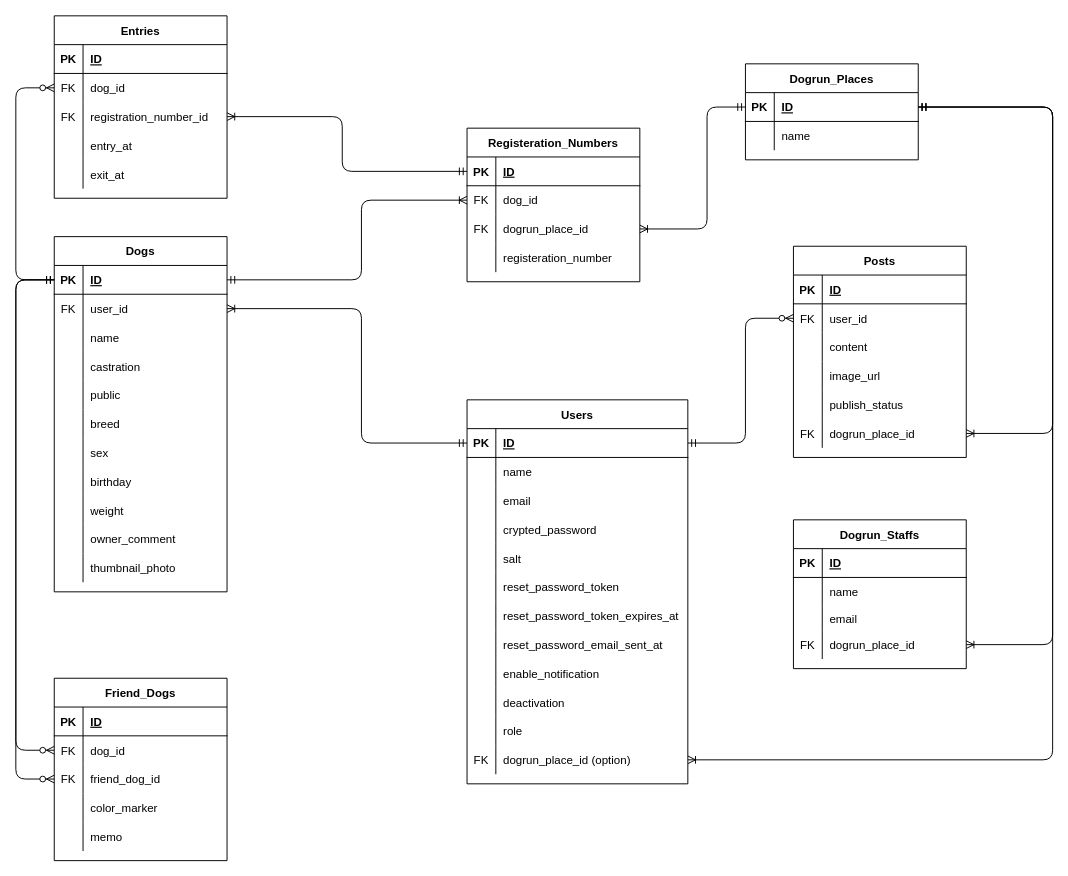
This is ER_diagram.drawio from Kedaruma-Bond/dogrun_connect_app, a draw.io file, before an edit. Source tidied: cells renumbered, new cells numbered last; positions are measured from the earlier drawing's top-left corner, leaving out a move shared by most shapes. Both pictures are drawn from the tidied source at 96%, with x=0, y=0 at pixel (15, 15).
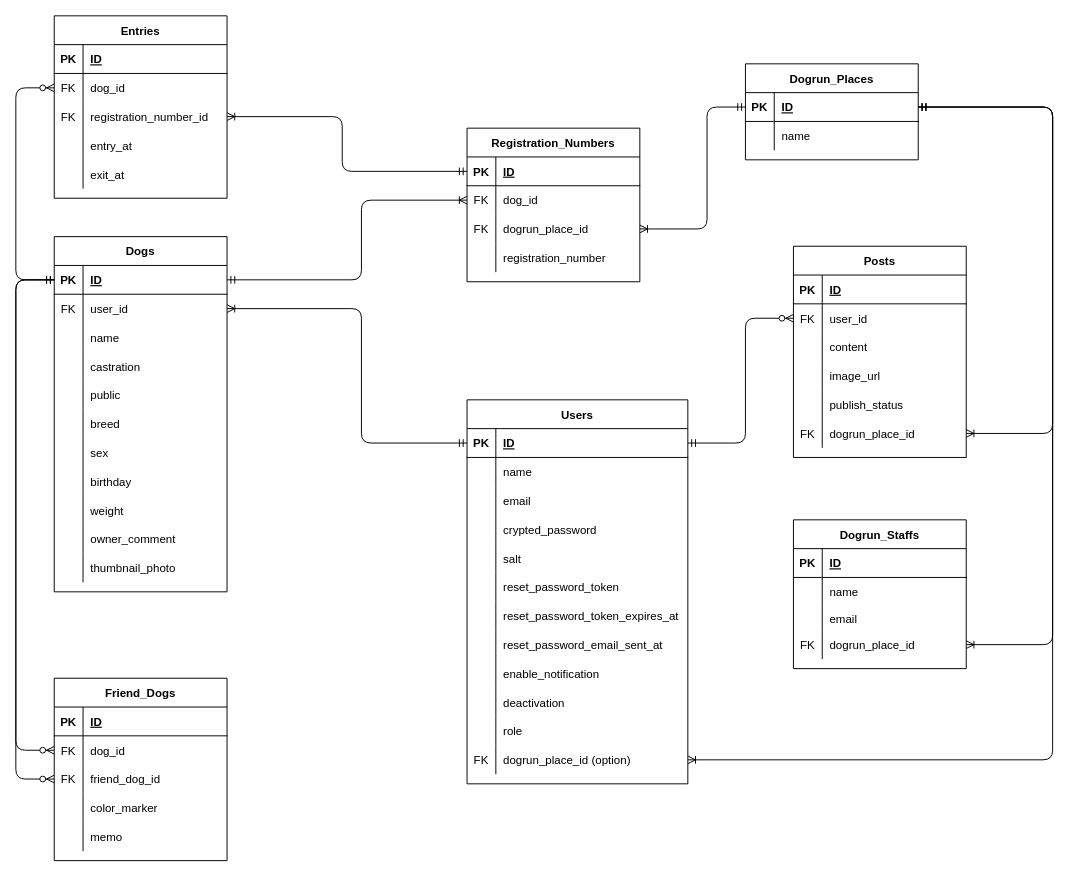
Above is the later version.

Unchanged cells that the change refers to:
```xml
<mxCell id="152" style="shape=tableRow;horizontal=0;startSize=0;swimlaneHead=0;swimlaneBody=0;fillColor=none;top=0;left=0;right=0;bottom=0;strokeColor=none;" parent="142" vertex="1">
  <mxGeometry y="120" width="180" height="30" as="geometry" />
</mxCell>
```

The edit, as a diff of the source:
```diff
@@
-    <mxCell id="142" value="Registeration_Numbers" style="shape=table;startSize=30;childLayout=tableLayout;rowLines=0;fontStyle=1;align=center;" parent="1" vertex="1">
+    <mxCell id="142" value="Registration_Numbers" style="shape=table;startSize=30;childLayout=tableLayout;rowLines=0;fontStyle=1;align=center;" parent="1" vertex="1">
       <mxGeometry x="470" y="117" width="180" height="160" as="geometry" />
     </mxCell>
@@
-    <mxCell id="154" value="registeration_number" style="shape=partialRectangle;fillColor=none;top=0;left=0;bottom=0;right=0;align=left;spacingLeft=6;overflow=hidden;strokeColor=none;" parent="152" vertex="1">
+    <mxCell id="154" value="registration_number" style="shape=partialRectangle;fillColor=none;top=0;left=0;bottom=0;right=0;align=left;spacingLeft=6;overflow=hidden;strokeColor=none;" parent="152" vertex="1">
       <mxGeometry x="30" width="150" height="30" as="geometry" />
     </mxCell>
```
